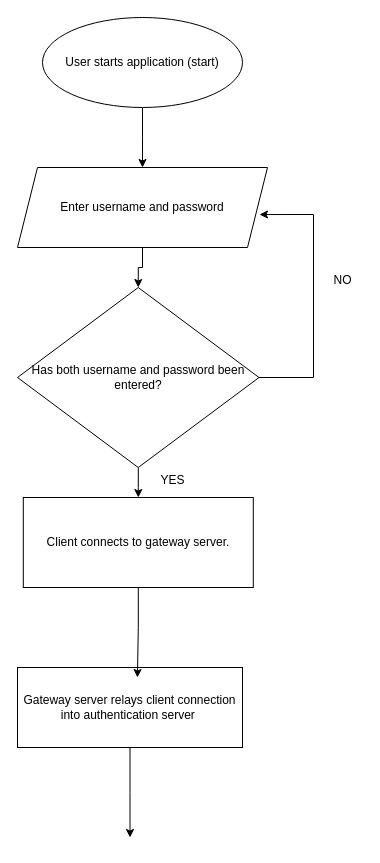
Earlier version of the draw.io diagram Untitled Diagram.drawio (MathusanP/Ocr-programming-project-task-2). Source tidied: cells renumbered, new cells numbered last; positions are measured from the earlier drawing's top-left corner, leaving out a move shared by most shapes. Both pictures are drawn from the tidied source at 100%, with x=0, y=0 at pixel (17, 17).
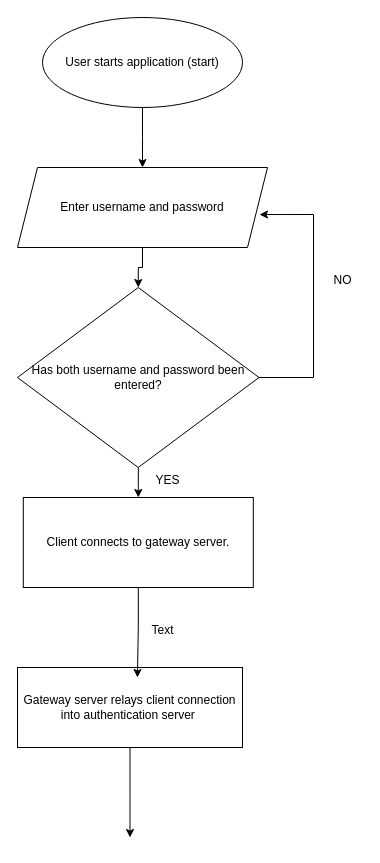
After the change.

The edit, as a diff of the source:
```diff
@@
 <mxGraphModel>
   <root>
     <mxCell id="0" />
     <mxCell id="1" parent="0" />
     <mxCell id="2" style="edgeStyle=orthogonalEdgeStyle;rounded=0;jettySize=auto;html=1;" parent="1" edge="1" source="3">
       <mxGeometry relative="1" as="geometry">
         <mxPoint x="125" y="150" as="targetPoint" />
       </mxGeometry>
     </mxCell>
     <mxCell id="3" value="User starts application (start)" style="ellipse;whiteSpace=wrap;html=1;" parent="1" vertex="1">
       <mxGeometry x="25" width="200" height="90" as="geometry" />
     </mxCell>
     <mxCell id="4" style="edgeStyle=orthogonalEdgeStyle;rounded=0;jettySize=auto;html=1;entryX=0.5;entryY=0;entryDx=0;entryDy=0;" parent="1" edge="1" source="5" target="12">
       <mxGeometry relative="1" as="geometry" />
     </mxCell>
     <mxCell id="5" value="Enter username and password" style="shape=parallelogram;perimeter=parallelogramPerimeter;whiteSpace=wrap;html=1;fixedSize=1;" parent="1" vertex="1">
       <mxGeometry y="150" width="250" height="80" as="geometry" />
     </mxCell>
     <mxCell id="6" value="Client connects to gateway server." style="rounded=0;whiteSpace=wrap;html=1;" parent="1" vertex="1">
       <mxGeometry x="5.8" y="480" width="230" height="90" as="geometry" />
     </mxCell>
     <mxCell id="7" style="edgeStyle=orthogonalEdgeStyle;rounded=0;jettySize=auto;html=1;" parent="1" edge="1" source="8">
       <mxGeometry relative="1" as="geometry">
         <mxPoint x="112.5" y="820" as="targetPoint" />
       </mxGeometry>
     </mxCell>
     <mxCell id="8" value="Gateway server relays client connection into authentication server&amp;nbsp;" style="rounded=0;whiteSpace=wrap;html=1;" parent="1" vertex="1">
       <mxGeometry y="650" width="225" height="80" as="geometry" />
     </mxCell>
     <mxCell id="9" style="edgeStyle=orthogonalEdgeStyle;rounded=0;jettySize=auto;html=1;entryX=0.533;entryY=0.125;entryDx=0;entryDy=0;entryPerimeter=0;" parent="1" edge="1" source="6" target="8">
       <mxGeometry relative="1" as="geometry" />
     </mxCell>
     <mxCell id="10" style="edgeStyle=orthogonalEdgeStyle;rounded=0;jettySize=auto;html=1;" parent="1" edge="1" source="12">
       <mxGeometry relative="1" as="geometry">
         <mxPoint x="120.8" y="480" as="targetPoint" />
       </mxGeometry>
     </mxCell>
     <mxCell id="11" style="edgeStyle=orthogonalEdgeStyle;rounded=0;jettySize=auto;html=1;entryX=0.968;entryY=0.588;entryDx=0;entryDy=0;entryPerimeter=0;" parent="1" edge="1" source="12" target="5">
       <mxGeometry relative="1" as="geometry">
         <Array as="points">
           <mxPoint x="296" y="360" />
           <mxPoint x="296" y="197" />
         </Array>
       </mxGeometry>
     </mxCell>
     <mxCell id="12" value="Has both username and password been entered?" style="rhombus;whiteSpace=wrap;html=1;" parent="1" vertex="1">
       <mxGeometry y="270" width="241.5" height="180" as="geometry" />
     </mxCell>
     <mxCell id="13" value="NO" style="text;html=1;align=center;verticalAlign=middle;strokeColor=none;fillColor=none;" parent="1" vertex="1">
       <mxGeometry x="305" y="248" width="40" height="30" as="geometry" />
     </mxCell>
     <mxCell id="14" value="YES&lt;br&gt;" style="text;html=1;align=center;verticalAlign=middle;strokeColor=none;fillColor=none;" parent="1" vertex="1">
-      <mxGeometry x="130" y="448" width="50" height="30" as="geometry" />
+      <mxGeometry x="125" y="448" width="50" height="30" as="geometry" />
     </mxCell>
+    <mxCell id="15" value="Text" style="text;html=1;align=center;verticalAlign=middle;strokeColor=none;fillColor=none;" parent="1" vertex="1">
+      <mxGeometry x="120" y="598" width="50" height="30" as="geometry" />
+    </mxCell>
   </root>
 </mxGraphModel>
```
